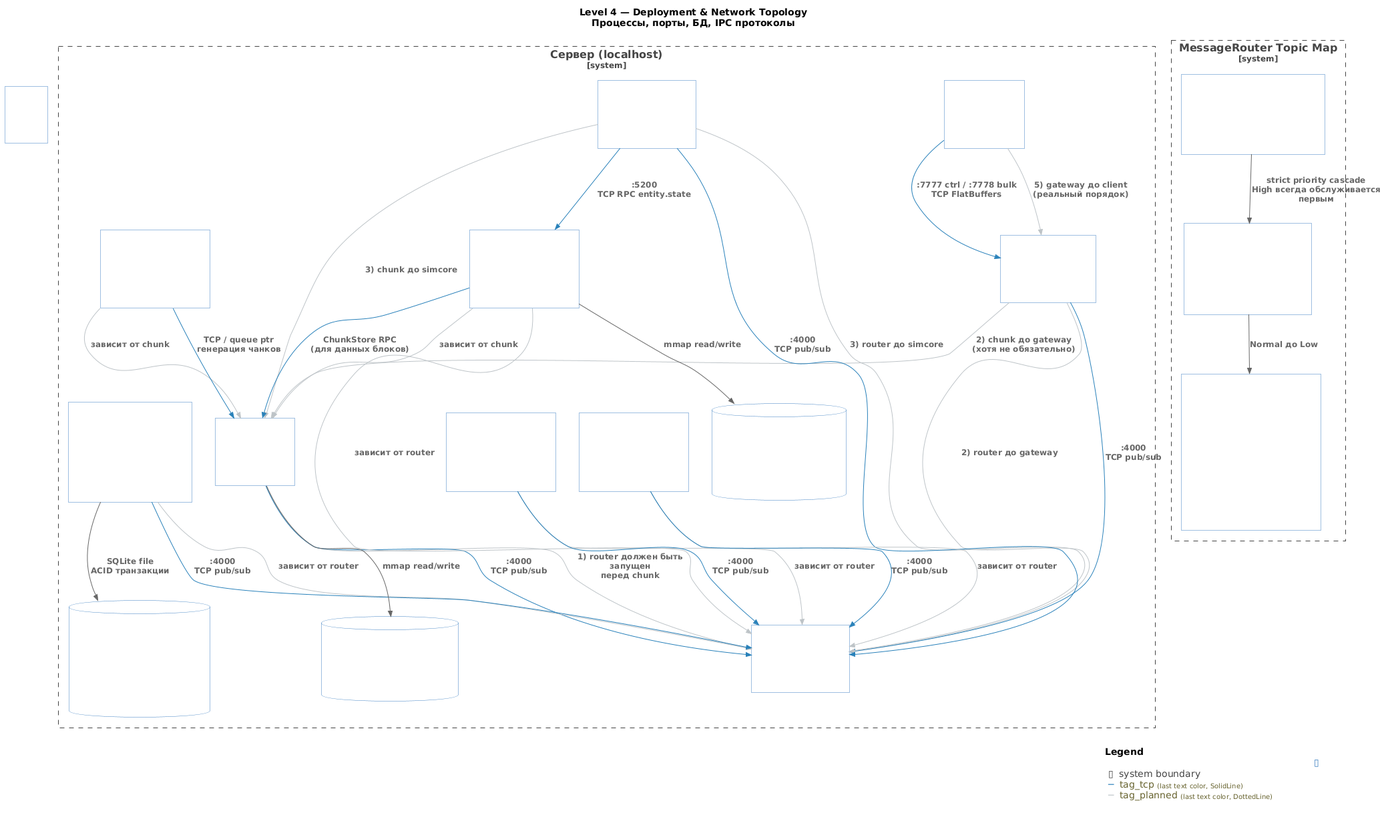
Above: doc/c4/GTNH-Platform-Deployment-level4.png in lexasub/gtnh-platform (PlantUML), before the change.
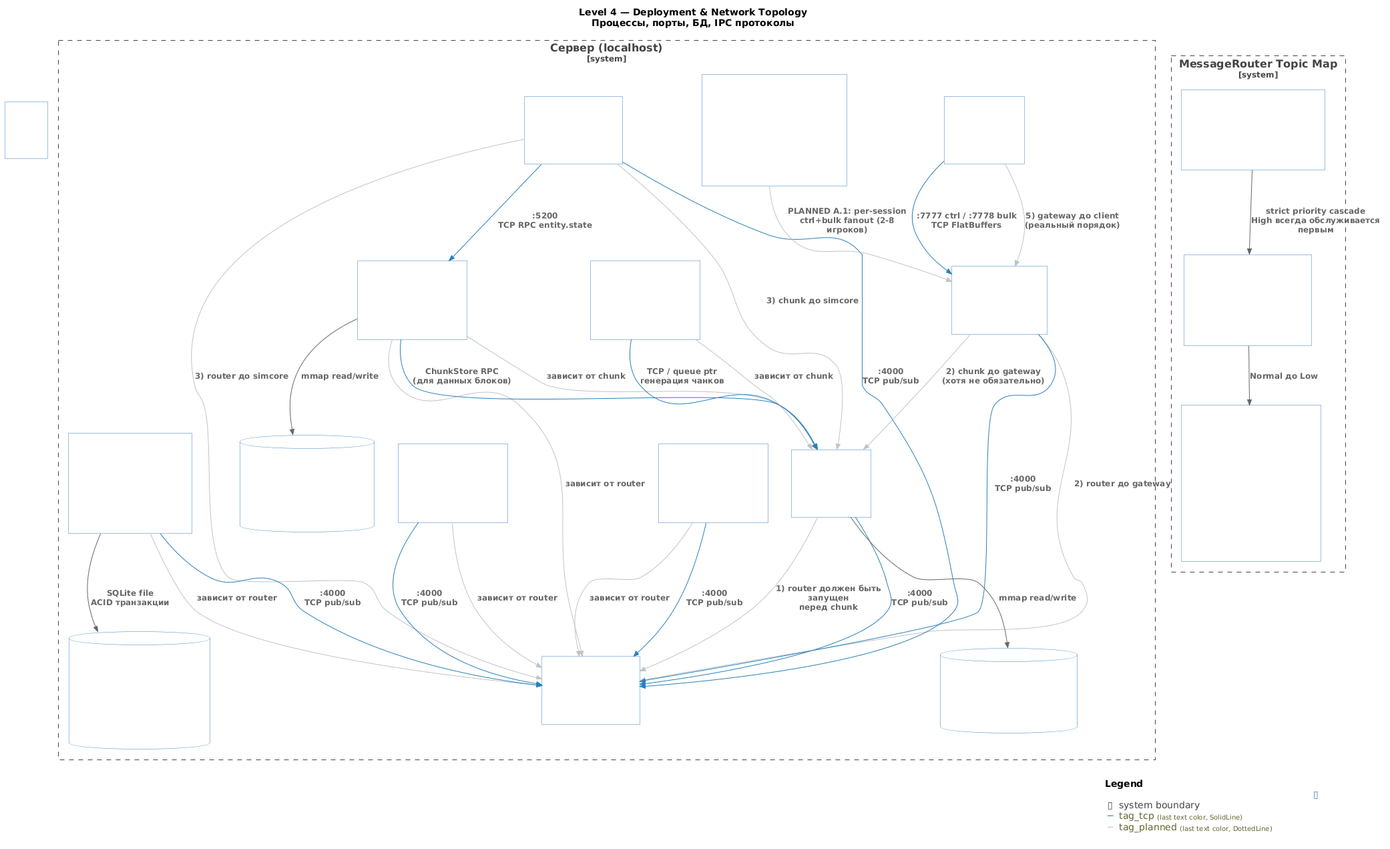
The same file after the commit.

What changed in the source:
```diff
@@ -25,6 +25,7 @@
     Container(pipenet_d, "piped", "C++", "PipeNetwork\n(запускается после simcored)")
     Container(recipeman_d, "reciped", "C++ :5555 (router)", "RecipeManager\n(запускается после routerd)")
     PLAN_CONTAINER(spatial_d, "spatiald", "C++", "SpatialIndex\n(PLANNED)")
+    Container(client2_d, "client ×N", "C++ (PLANNED A.1)", "2-8 игроков\nмультиплеер-фундамент\n(openspec add-multiplayer-foundation)\nсейчас: 1 клиент → gatewayd")
 
     Rel(chunk_d, router_d, "1) router должен быть запущен\nперед chunk", $tags="tag_planned")
     Rel(gateway_d, router_d, "2) router до gateway", $tags="tag_planned")
@@ -40,6 +41,7 @@
     Rel(recipeman_d, router_d, "зависит от router", $tags="tag_planned")
 
     Rel(client_d, gateway_d, ":7777 ctrl / :7778 bulk\nTCP FlatBuffers", $tags="tag_tcp")
+    Rel(client2_d, gateway_d, "PLANNED A.1: per-session\nctrl+bulk fanout (2-8 игроков)", $tags="tag_planned")
     Rel(gateway_d, router_d, ":4000\nTCP pub/sub", $tags="tag_tcp")
     Rel(chunk_d, router_d, ":4000\nTCP pub/sub", $tags="tag_tcp")
     Rel(simcore_d, router_d, ":4000\nTCP pub/sub", $tags="tag_tcp")
```
